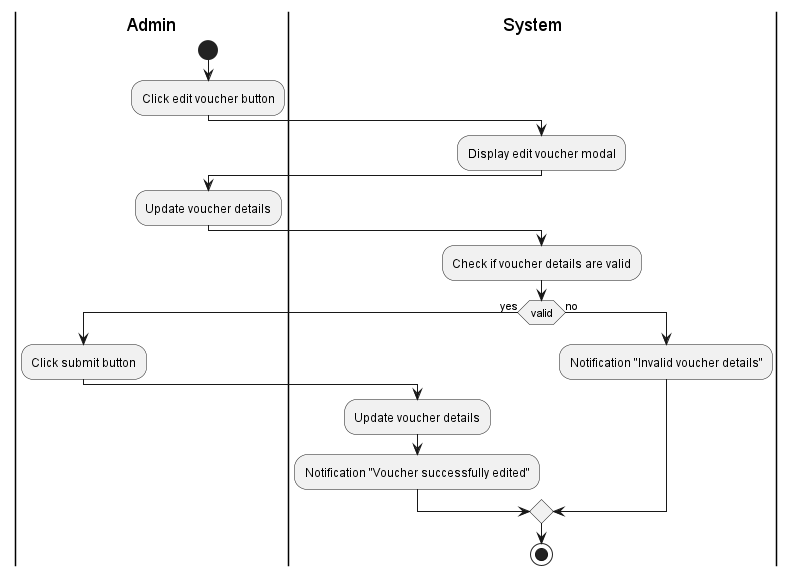
The PlantUML diagram Lab1/Lab1.2/Activity/img/Edit voucher.png in tuankietcoderr/SE357-Practice-class, before a commit.
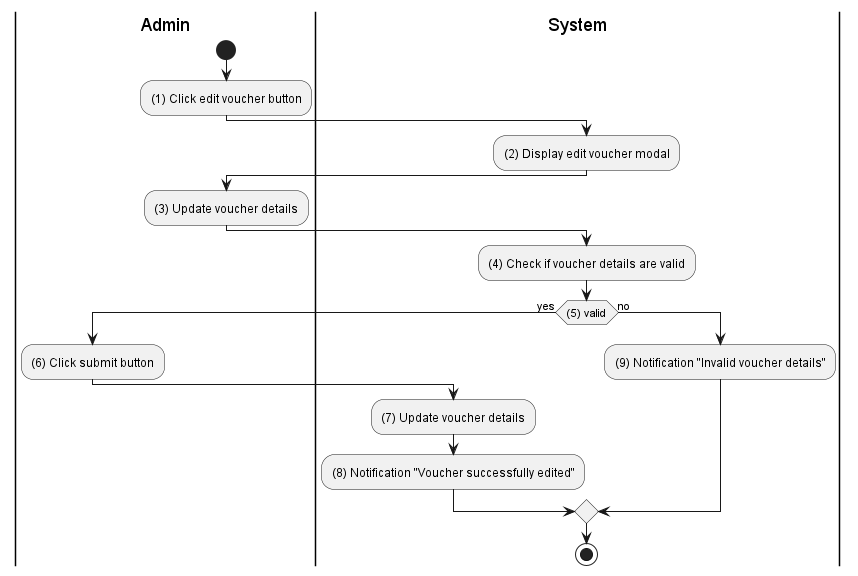
The same diagram one commit later.

The edit, as a diff of the source:
```diff
@@ -1,22 +1,22 @@
 @startuml Edit voucher
 |Admin|
 start
-:Click edit voucher button;
+:(1) Click edit voucher button;
 |System|
-:Display edit voucher modal;
+:(2) Display edit voucher modal;
 |Admin|
-:Update voucher details;
+:(3) Update voucher details;
 |System|
-:Check if voucher details are valid;
-if (valid) then (yes)
+:(4) Check if voucher details are valid;
+if ((5) valid) then (yes)
 |Admin|
-:Click submit button;
+:(6) Click submit button;
 |System|
-:Update voucher details;
-:Notification "Voucher successfully edited";
+:(7) Update voucher details;
+:(8) Notification "Voucher successfully edited";
 else (no)
 |System|
-:Notification "Invalid voucher details";
+:(9) Notification "Invalid voucher details";
 endif
 stop
 @enduml
```
